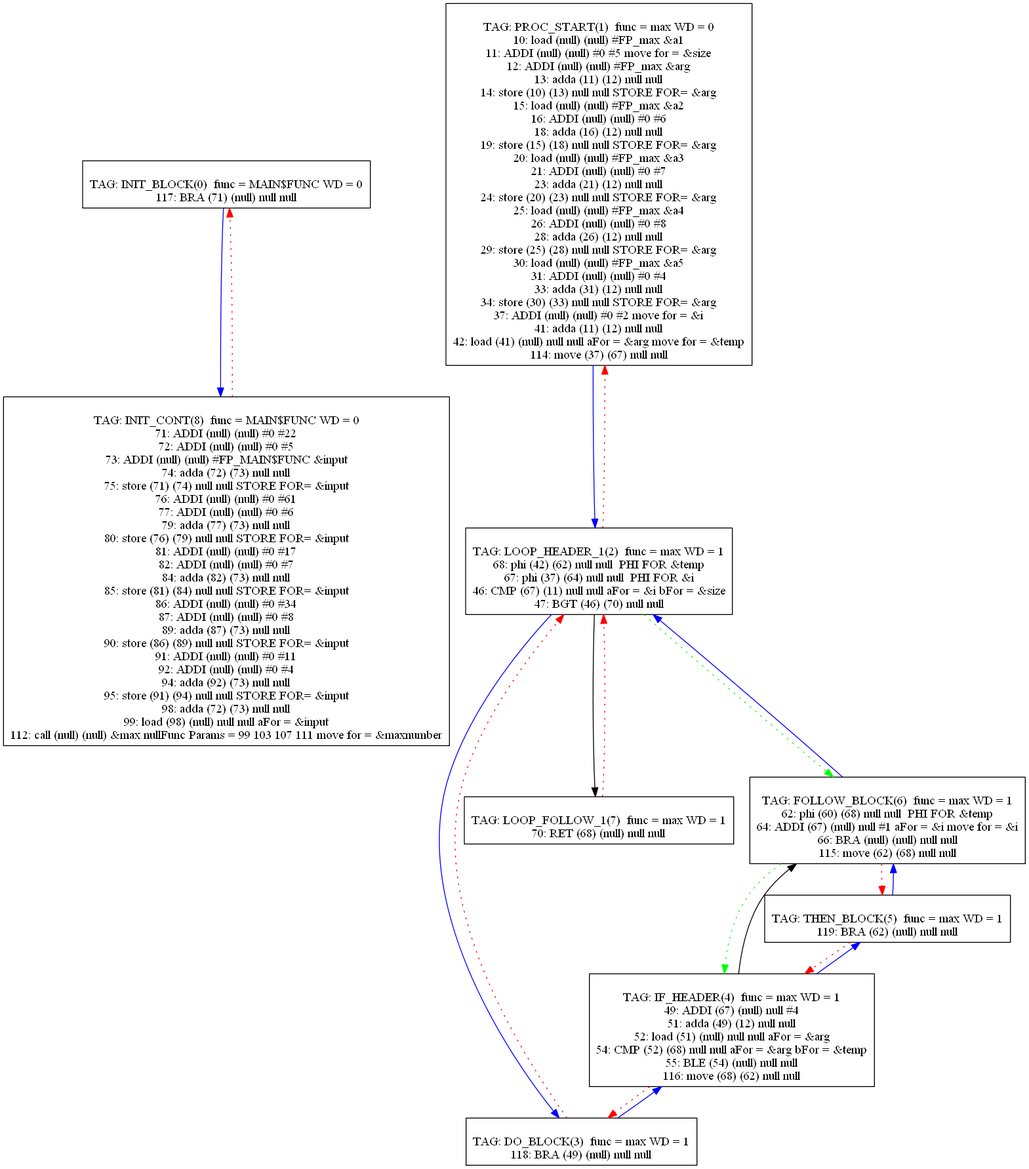
Above: Compiler/4graph.png in mbajaj92/Project-Astoria (Graphviz), before the change. Its source is kept beside it as Compiler/4graph.dot.
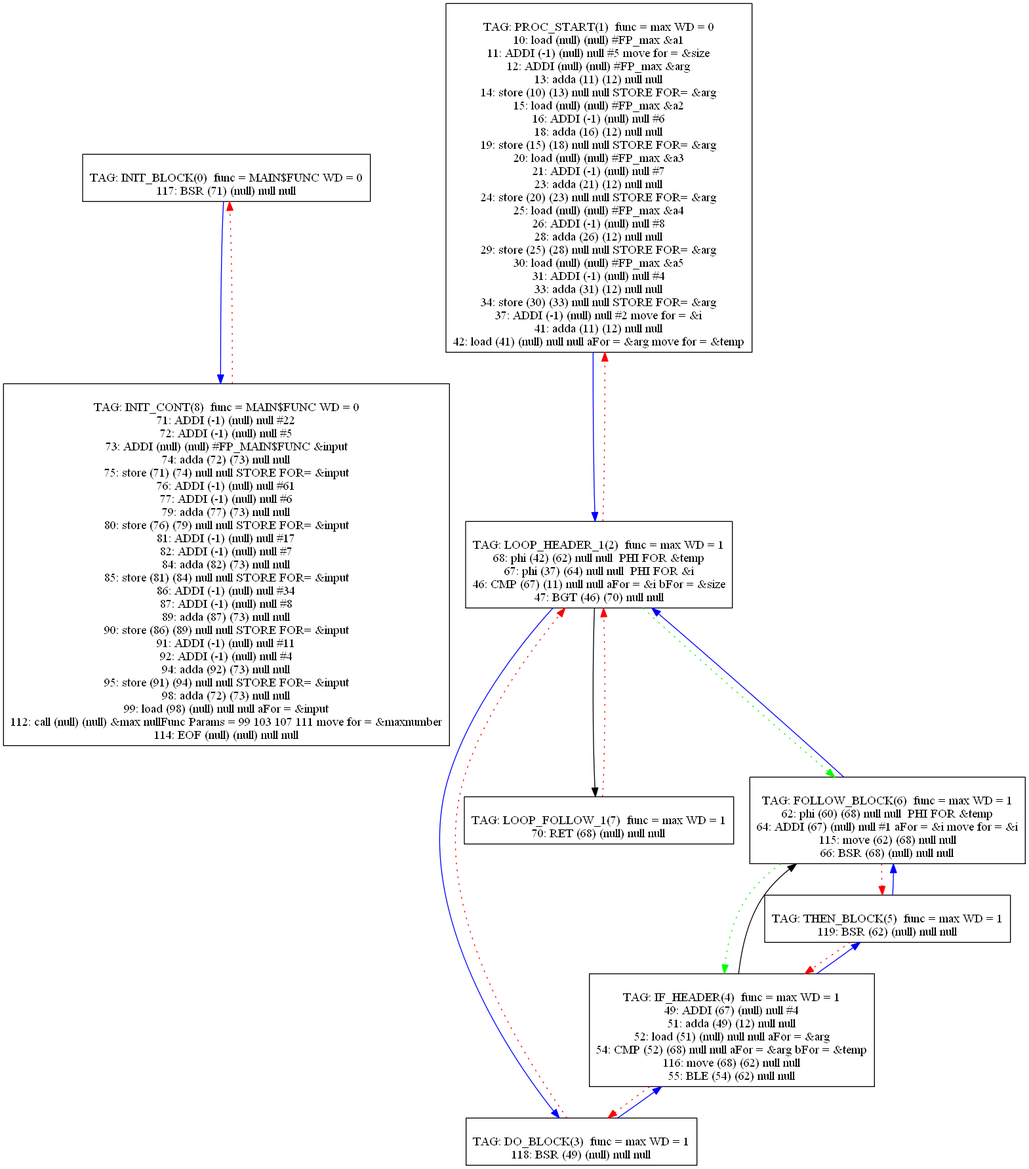
After the change.

The edit, as a diff of the source:
```diff
@@ -1,37 +1,36 @@
 digraph {
 0[label="
 TAG: INIT_BLOCK(0)  func = MAIN$FUNC WD = 0
-117: BRA (71) (null) null null
+117: BSR (71) (null) null null
 "];
 0[shape=box];
 0 -> 8[color=blue]
 1[label="
 TAG: PROC_START(1)  func = max WD = 0
 10: load (null) (null) #FP_max &a1
-11: ADDI (null) (null) #0 #5 move for = &size
+11: ADDI (-1) (null) null #5 move for = &size
 12: ADDI (null) (null) #FP_max &arg
 13: adda (11) (12) null null
 14: store (10) (13) null null STORE FOR= &arg
 15: load (null) (null) #FP_max &a2
-16: ADDI (null) (null) #0 #6
+16: ADDI (-1) (null) null #6
 18: adda (16) (12) null null
 19: store (15) (18) null null STORE FOR= &arg
 20: load (null) (null) #FP_max &a3
-21: ADDI (null) (null) #0 #7
+21: ADDI (-1) (null) null #7
 23: adda (21) (12) null null
 24: store (20) (23) null null STORE FOR= &arg
 25: load (null) (null) #FP_max &a4
-26: ADDI (null) (null) #0 #8
+26: ADDI (-1) (null) null #8
 28: adda (26) (12) null null
 29: store (25) (28) null null STORE FOR= &arg
 30: load (null) (null) #FP_max &a5
-31: ADDI (null) (null) #0 #4
+31: ADDI (-1) (null) null #4
 33: adda (31) (12) null null
 34: store (30) (33) null null STORE FOR= &arg
-37: ADDI (null) (null) #0 #2 move for = &i
+37: ADDI (-1) (null) null #2 move for = &i
 41: adda (11) (12) null null
 42: load (41) (null) null null aFor = &arg move for = &temp
-114: move (37) (67) null null
 "];
 1[shape=box];
 1 -> 2[color=blue]
@@ -49,7 +48,7 @@
 2 -> 6[color=green][style=dotted]
 3[label="
 TAG: DO_BLOCK(3)  func = max WD = 1
-118: BRA (49) (null) null null
+118: BSR (49) (null) null null
 "];
 3[shape=box];
 3 -> 4[color=blue]
@@ -60,8 +59,8 @@
 51: adda (49) (12) null null
 52: load (51) (null) null null aFor = &arg
 54: CMP (52) (68) null null aFor = &arg bFor = &temp
-55: BLE (54) (null) null null
 116: move (68) (62) null null
+55: BLE (54) (62) null null
 "];
 4[shape=box];
 4 -> 5[color=blue]
@@ -69,7 +68,7 @@
 4 -> 3[color=red][style=dotted]
 5[label="
 TAG: THEN_BLOCK(5)  func = max WD = 1
-119: BRA (62) (null) null null
+119: BSR (62) (null) null null
 "];
 5[shape=box];
 5 -> 6[color=blue]
@@ -78,8 +77,8 @@
 TAG: FOLLOW_BLOCK(6)  func = max WD = 1
 62: phi (60) (68) null null  PHI FOR &temp
 64: ADDI (67) (null) null #1 aFor = &i move for = &i
-66: BRA (null) (null) null null
 115: move (62) (68) null null
+66: BSR (68) (null) null null
 "];
 6[shape=box];
 6 -> 2[color=blue]
@@ -93,30 +92,31 @@
 7 -> 2[color=red][style=dotted]
 8[label="
 TAG: INIT_CONT(8)  func = MAIN$FUNC WD = 0
-71: ADDI (null) (null) #0 #22
-72: ADDI (null) (null) #0 #5
+71: ADDI (-1) (null) null #22
+72: ADDI (-1) (null) null #5
 73: ADDI (null) (null) #FP_MAIN$FUNC &input
 74: adda (72) (73) null null
 75: store (71) (74) null null STORE FOR= &input
-76: ADDI (null) (null) #0 #61
-77: ADDI (null) (null) #0 #6
+76: ADDI (-1) (null) null #61
+77: ADDI (-1) (null) null #6
 79: adda (77) (73) null null
 80: store (76) (79) null null STORE FOR= &input
-81: ADDI (null) (null) #0 #17
-82: ADDI (null) (null) #0 #7
+81: ADDI (-1) (null) null #17
+82: ADDI (-1) (null) null #7
 84: adda (82) (73) null null
 85: store (81) (84) null null STORE FOR= &input
-86: ADDI (null) (null) #0 #34
-87: ADDI (null) (null) #0 #8
+86: ADDI (-1) (null) null #34
+87: ADDI (-1) (null) null #8
 89: adda (87) (73) null null
 90: store (86) (89) null null STORE FOR= &input
-91: ADDI (null) (null) #0 #11
-92: ADDI (null) (null) #0 #4
+91: ADDI (-1) (null) null #11
+92: ADDI (-1) (null) null #4
 94: adda (92) (73) null null
 95: store (91) (94) null null STORE FOR= &input
 98: adda (72) (73) null null
 99: load (98) (null) null null aFor = &input
 112: call (null) (null) &max nullFunc Params = 99 103 107 111 move for = &maxnumber
+114: EOF (null) (null) null null
 "];
 8[shape=box];
 8 -> 0[color=red][style=dotted]
```
